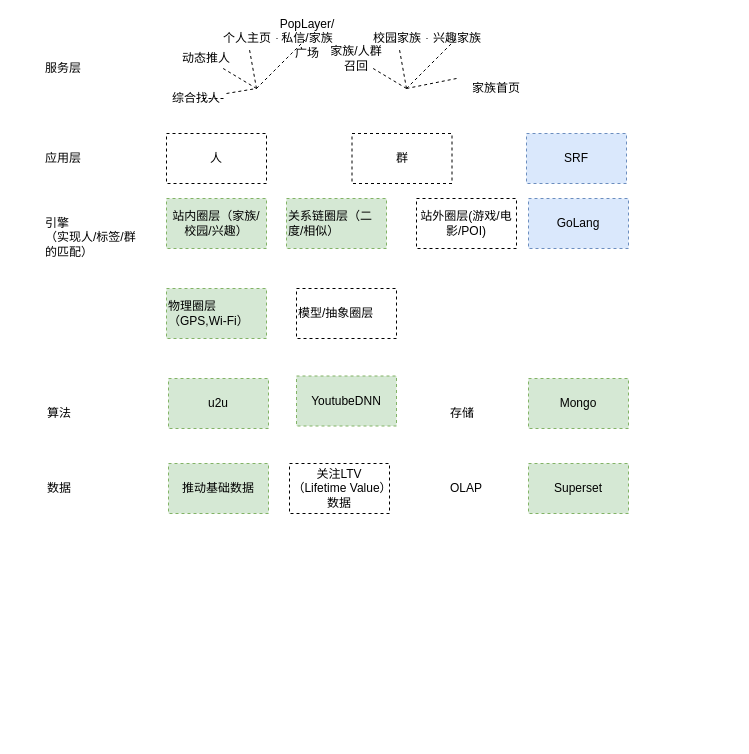
This is Untitled Diagram.drawio from litaohz/misc, a draw.io file, before an edit. Source tidied: cells renumbered, new cells numbered last; positions are measured from the earlier drawing's top-left corner, leaving out a move shared by most shapes. Both pictures are drawn from the tidied source at 100%, with x=0, y=0 at pixel (42, 28).
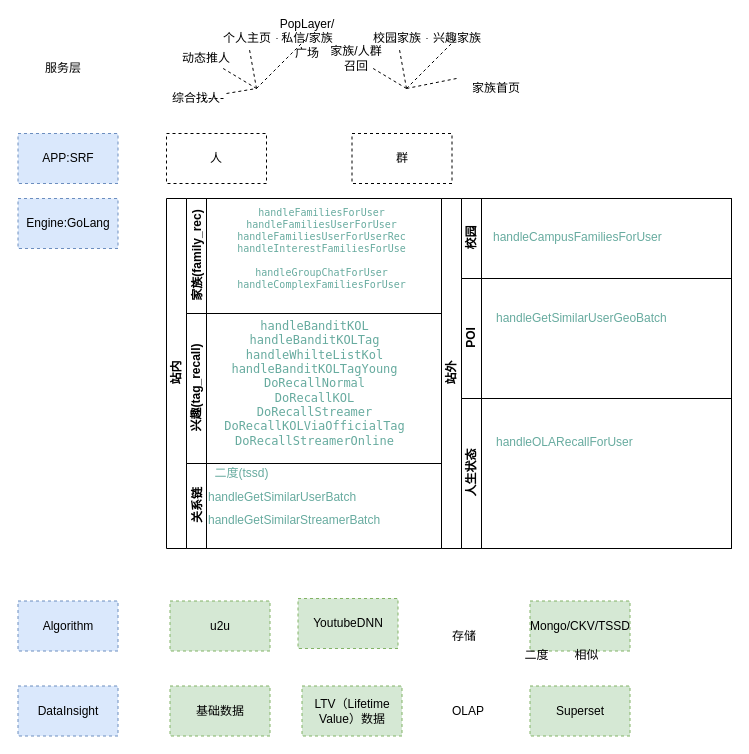
The same page after the edit.

What changed in the source:
```diff
@@
-    <mxCell id="4" value="站内圈层（家族/校园/兴趣）" style="rounded=0;whiteSpace=wrap;html=1;dashed=1;fillColor=#d5e8d4;strokeColor=#82b366;" parent="1" vertex="1">
-      <mxGeometry x="124" y="170" width="100" height="50" as="geometry" />
-    </mxCell>
-    <mxCell id="5" value="站外圈层(游戏/电影/POI)" style="rounded=0;whiteSpace=wrap;html=1;dashed=1;" parent="1" vertex="1">
-      <mxGeometry x="374" y="170" width="100" height="50" as="geometry" />
-    </mxCell>
-    <mxCell id="6" value="物理圈层（GPS,Wi-Fi）" style="rounded=0;whiteSpace=wrap;html=1;dashed=1;align=left;fillColor=#d5e8d4;strokeColor=#82b366;" parent="1" vertex="1">
-      <mxGeometry x="124" y="260" width="100" height="50" as="geometry" />
-    </mxCell>
-    <mxCell id="7" value="关系链圈层（二度/相似）" style="rounded=0;whiteSpace=wrap;html=1;dashed=1;labelPosition=center;verticalLabelPosition=middle;align=left;verticalAlign=middle;fillColor=#d5e8d4;strokeColor=#82b366;" parent="1" vertex="1">
-      <mxGeometry x="244" y="170" width="100" height="50" as="geometry" />
-    </mxCell>
     <mxCell id="8" value="存储" style="text;html=1;align=left;verticalAlign=top;spacingTop=-4;" parent="1" vertex="1">
-      <mxGeometry x="406" y="375" width="40" height="20" as="geometry" />
+      <mxGeometry x="407.5" y="597.5" width="40" height="20" as="geometry" />
     </mxCell>
-    <mxCell id="9" value="应用层" style="text;html=1;align=left;verticalAlign=top;spacingTop=-4;" parent="1" vertex="1">
-      <mxGeometry x="0.5" y="120" width="50" height="20" as="geometry" />
-    </mxCell>
@@
-    <mxCell id="11" value="引擎&lt;br&gt;（实现人/标签/群&lt;br&gt;的匹配）" style="text;html=1;align=left;verticalAlign=top;spacingTop=-4;" parent="1" vertex="1">
-      <mxGeometry x="0.5" y="185" width="110" height="40" as="geometry" />
-    </mxCell>
@@
     <mxCell id="24" value="u2u" style="rounded=0;whiteSpace=wrap;html=1;dashed=1;fillColor=#d5e8d4;strokeColor=#82b366;" parent="1" vertex="1">
-      <mxGeometry x="126" y="350" width="100" height="50" as="geometry" />
+      <mxGeometry x="127.5" y="572.5" width="100" height="50" as="geometry" />
     </mxCell>
-    <mxCell id="25" value="数据" style="text;html=1;align=left;verticalAlign=top;spacingTop=-4;" parent="1" vertex="1">
-      <mxGeometry x="2.5" y="450" width="40" height="20" as="geometry" />
-    </mxCell>
-    <mxCell id="26" value="推动基础数据" style="rounded=0;whiteSpace=wrap;html=1;dashed=1;fillColor=#d5e8d4;strokeColor=#82b366;" parent="1" vertex="1">
-      <mxGeometry x="126" y="435" width="100" height="50" as="geometry" />
+    <mxCell id="26" value="基础数据" style="rounded=0;whiteSpace=wrap;html=1;dashed=1;fillColor=#d5e8d4;strokeColor=#82b366;" parent="1" vertex="1">
+      <mxGeometry x="127.5" y="657.5" width="100" height="50" as="geometry" />
     </mxCell>
     <mxCell id="27" value="YoutubeDNN" style="rounded=0;whiteSpace=wrap;html=1;dashed=1;fillColor=#d5e8d4;strokeColor=#82b366;" parent="1" vertex="1">
-      <mxGeometry x="254" y="347.5" width="100" height="50" as="geometry" />
+      <mxGeometry x="255.5" y="570" width="100" height="50" as="geometry" />
     </mxCell>
@@
-    <mxCell id="38" value="模型/抽象圈层" style="rounded=0;whiteSpace=wrap;html=1;dashed=1;align=left;" parent="1" vertex="1">
-      <mxGeometry x="254" y="260" width="100" height="50" as="geometry" />
-    </mxCell>
@@
-    <mxCell id="40" value="关注LTV（Lifetime Value）数据" style="rounded=0;whiteSpace=wrap;html=1;dashed=1;" parent="1" vertex="1">
-      <mxGeometry x="247" y="435" width="100" height="50" as="geometry" />
+    <mxCell id="40" value="LTV（Lifetime Value）数据" style="rounded=0;whiteSpace=wrap;html=1;dashed=1;fillColor=#d5e8d4;strokeColor=#82b366;" parent="1" vertex="1">
+      <mxGeometry x="259.5" y="657.5" width="100" height="50" as="geometry" />
     </mxCell>
-    <mxCell id="41" value="算法" style="text;html=1;align=left;verticalAlign=top;spacingTop=-4;" parent="1" vertex="1">
-      <mxGeometry x="2.5" y="375" width="40" height="20" as="geometry" />
-    </mxCell>
-    <mxCell id="42" value="Mongo" style="rounded=0;whiteSpace=wrap;html=1;dashed=1;fillColor=#d5e8d4;strokeColor=#82b366;" parent="1" vertex="1">
-      <mxGeometry x="486" y="350" width="100" height="50" as="geometry" />
+    <mxCell id="42" value="Mongo/CKV/TSSD" style="rounded=0;whiteSpace=wrap;html=1;dashed=1;fillColor=#d5e8d4;strokeColor=#82b366;" parent="1" vertex="1">
+      <mxGeometry x="487.5" y="572.5" width="100" height="50" as="geometry" />
     </mxCell>
     <mxCell id="43" value="OLAP" style="text;html=1;align=left;verticalAlign=top;spacingTop=-4;" parent="1" vertex="1">
-      <mxGeometry x="406" y="450" width="50" height="20" as="geometry" />
+      <mxGeometry x="407.5" y="672.5" width="50" height="20" as="geometry" />
     </mxCell>
     <mxCell id="44" value="Superset" style="rounded=0;whiteSpace=wrap;html=1;dashed=1;fillColor=#d5e8d4;strokeColor=#82b366;" parent="1" vertex="1">
-      <mxGeometry x="486" y="435" width="100" height="50" as="geometry" />
+      <mxGeometry x="487.5" y="657.5" width="100" height="50" as="geometry" />
     </mxCell>
-    <mxCell id="45" value="SRF" style="rounded=0;whiteSpace=wrap;html=1;dashed=1;fillColor=#dae8fc;strokeColor=#6c8ebf;" parent="1" vertex="1">
-      <mxGeometry x="484" y="105" width="100" height="50" as="geometry" />
+    <mxCell id="45" value="APP:SRF" style="rounded=0;whiteSpace=wrap;html=1;dashed=1;fillColor=#dae8fc;strokeColor=#6c8ebf;" parent="1" vertex="1">
+      <mxGeometry x="-24.5" y="105" width="100" height="50" as="geometry" />
     </mxCell>
-    <mxCell id="46" value="GoLang" style="rounded=0;whiteSpace=wrap;html=1;dashed=1;fillColor=#dae8fc;strokeColor=#6c8ebf;" parent="1" vertex="1">
-      <mxGeometry x="486" y="170" width="100" height="50" as="geometry" />
+    <mxCell id="46" value="Engine:GoLang" style="rounded=0;whiteSpace=wrap;html=1;dashed=1;fillColor=#dae8fc;strokeColor=#6c8ebf;" parent="1" vertex="1">
+      <mxGeometry x="-24.5" y="170" width="100" height="50" as="geometry" />
     </mxCell>
+    <mxCell id="47" value="站内" style="swimlane;html=1;horizontal=0;startSize=20;" parent="1" vertex="1">
+      <mxGeometry x="124" y="170" width="275" height="350" as="geometry" />
+    </mxCell>
+    <mxCell id="48" value="家族(family_rec)" style="swimlane;html=1;startSize=20;horizontal=0;" parent="47" vertex="1">
+      <mxGeometry x="20" width="255" height="115" as="geometry" />
+    </mxCell>
+    <mxCell id="49" value="&lt;pre style=&quot;background-color: rgb(255 , 255 , 255) ; font-family: &amp;#34;menlo&amp;#34; ; font-size: 10px&quot;&gt;&lt;font color=&quot;#67ab9f&quot;&gt;&lt;span style=&quot;font-size: 10px&quot;&gt;handleFamiliesForUser&lt;/span&gt;&lt;span style=&quot;font-size: 10px&quot;&gt;&lt;br style=&quot;font-size: 10px&quot;&gt;&lt;/span&gt;&lt;span style=&quot;font-size: 10px&quot;&gt;handleFamiliesUserForUser&lt;/span&gt;&lt;span style=&quot;font-size: 10px&quot;&gt;&lt;br style=&quot;font-size: 10px&quot;&gt;&lt;/span&gt;&lt;span style=&quot;font-size: 10px&quot;&gt;handleFamiliesUserForUserRec&lt;/span&gt;&lt;span style=&quot;font-size: 10px&quot;&gt;&lt;br style=&quot;font-size: 10px&quot;&gt;&lt;/span&gt;&lt;span style=&quot;font-size: 10px&quot;&gt;handleInterestFamiliesForUse&lt;/span&gt;&lt;span style=&quot;font-size: 10px&quot;&gt;&lt;br style=&quot;font-size: 10px&quot;&gt;&lt;/span&gt;&lt;span style=&quot;font-size: 10px&quot;&gt;&lt;br style=&quot;font-size: 10px&quot;&gt;&lt;/span&gt;&lt;span style=&quot;font-size: 10px&quot;&gt;handleGroupChatForUser&lt;/span&gt;&lt;span style=&quot;font-size: 10px&quot;&gt;&lt;br style=&quot;font-size: 10px&quot;&gt;&lt;/span&gt;&lt;span style=&quot;font-size: 10px&quot;&gt;handleComplexFamiliesForUser&lt;/span&gt;&lt;/font&gt;&lt;/pre&gt;" style="text;html=1;align=center;verticalAlign=middle;" parent="48" vertex="1">
+      <mxGeometry x="24.5" y="-15" width="220" height="130" as="geometry" />
+    </mxCell>
+    <mxCell id="50" value="兴趣(tag_recall)" style="swimlane;html=1;startSize=20;horizontal=0;" parent="47" vertex="1">
+      <mxGeometry x="20" y="115" width="255" height="150" as="geometry" />
+    </mxCell>
+    <mxCell id="51" value="&lt;pre style=&quot;background-color: rgb(255 , 255 , 255) ; font-family: &amp;#34;menlo&amp;#34; ; font-size: 10px&quot;&gt;&lt;pre style=&quot;font-family: &amp;#34;menlo&amp;#34; ; font-size: 10.5pt&quot;&gt;&lt;pre style=&quot;font-family: &amp;#34;menlo&amp;#34; ; font-size: 12px&quot;&gt;&lt;font color=&quot;#67ab9f&quot; style=&quot;font-size: 12px&quot;&gt;handleBanditKOL&lt;br&gt;handleBanditKOLTag&lt;br&gt;handleWhilteListKol&lt;br&gt;handleBanditKOLTagYoung&lt;br&gt;DoRecallNormal&lt;br&gt;DoRecallKOL&lt;br&gt;DoRecallStreamer&lt;br&gt;DoRecallKOLViaOfficialTag&lt;br&gt;DoRecallStreamerOnline&lt;/font&gt;&lt;/pre&gt;&lt;/pre&gt;&lt;/pre&gt;" style="text;html=1;align=center;verticalAlign=middle;" parent="50" vertex="1">
+      <mxGeometry x="27.5" y="-10" width="200" height="160" as="geometry" />
+    </mxCell>
+    <mxCell id="52" value="关系链" style="swimlane;html=1;startSize=20;horizontal=0;" parent="47" vertex="1">
+      <mxGeometry x="20" y="265" width="255" height="85" as="geometry" />
+    </mxCell>
+    <mxCell id="53" value="&lt;font color=&quot;#67ab9f&quot;&gt;二度(tssd)&lt;/font&gt;" style="text;html=1;align=center;verticalAlign=middle;" parent="52" vertex="1">
+      <mxGeometry x="20" width="70" height="20" as="geometry" />
+    </mxCell>
+    <mxCell id="54" value="&lt;font color=&quot;#67ab9f&quot;&gt;handleGetSimilarUserBatch&lt;/font&gt;" style="text;html=1;" parent="52" vertex="1">
+      <mxGeometry x="20" y="20" width="170" height="30" as="geometry" />
+    </mxCell>
+    <mxCell id="55" value="&lt;font color=&quot;#67ab9f&quot;&gt;handleGetSimilarStreamerBatch&lt;/font&gt;" style="text;html=1;" parent="52" vertex="1">
+      <mxGeometry x="20" y="42.5" width="170" height="30" as="geometry" />
+    </mxCell>
+    <mxCell id="56" value="站外" style="swimlane;html=1;horizontal=0;startSize=20;" parent="1" vertex="1">
+      <mxGeometry x="399" y="170" width="290" height="350" as="geometry" />
+    </mxCell>
+    <mxCell id="57" value="校园" style="swimlane;html=1;startSize=20;horizontal=0;" parent="56" vertex="1">
+      <mxGeometry x="20" width="270" height="80" as="geometry" />
+    </mxCell>
+    <mxCell id="58" value="&lt;font color=&quot;#67ab9f&quot;&gt;handleCampusFamiliesForUser&lt;/font&gt;" style="text;html=1;" parent="57" vertex="1">
+      <mxGeometry x="29.5" y="25" width="190" height="30" as="geometry" />
+    </mxCell>
+    <mxCell id="59" value="POI" style="swimlane;html=1;startSize=20;horizontal=0;" parent="56" vertex="1">
+      <mxGeometry x="20" y="80" width="270" height="120" as="geometry" />
+    </mxCell>
+    <mxCell id="60" value="&lt;font color=&quot;#67ab9f&quot;&gt;handleGetSimilarUserGeoBatch&lt;/font&gt;" style="text;html=1;" parent="59" vertex="1">
+      <mxGeometry x="33" y="26" width="200" height="30" as="geometry" />
+    </mxCell>
+    <mxCell id="61" value="人生状态" style="swimlane;html=1;startSize=20;horizontal=0;" parent="56" vertex="1">
+      <mxGeometry x="20" y="200" width="270" height="150" as="geometry" />
+    </mxCell>
+    <mxCell id="62" value="二度" style="text;html=1;align=center;verticalAlign=middle;" parent="61" vertex="1">
+      <mxGeometry x="54.5" y="246.5" width="40" height="20" as="geometry" />
+    </mxCell>
+    <mxCell id="63" value="相似" style="text;html=1;align=center;verticalAlign=middle;" parent="61" vertex="1">
+      <mxGeometry x="104.5" y="246.5" width="40" height="20" as="geometry" />
+    </mxCell>
+    <mxCell id="64" value="&lt;font color=&quot;#67ab9f&quot;&gt;handleOLARecallForUser&lt;/font&gt;" style="text;html=1;" parent="61" vertex="1">
+      <mxGeometry x="33" y="30" width="160" height="30" as="geometry" />
+    </mxCell>
+    <mxCell id="65" value="Algorithm" style="rounded=0;whiteSpace=wrap;html=1;dashed=1;fillColor=#dae8fc;strokeColor=#6c8ebf;" parent="1" vertex="1">
+      <mxGeometry x="-24.5" y="572.5" width="100" height="50" as="geometry" />
+    </mxCell>
+    <mxCell id="66" value="DataInsight" style="rounded=0;whiteSpace=wrap;html=1;dashed=1;fillColor=#dae8fc;strokeColor=#6c8ebf;" parent="1" vertex="1">
+      <mxGeometry x="-24.5" y="657.5" width="100" height="50" as="geometry" />
+    </mxCell>
```
